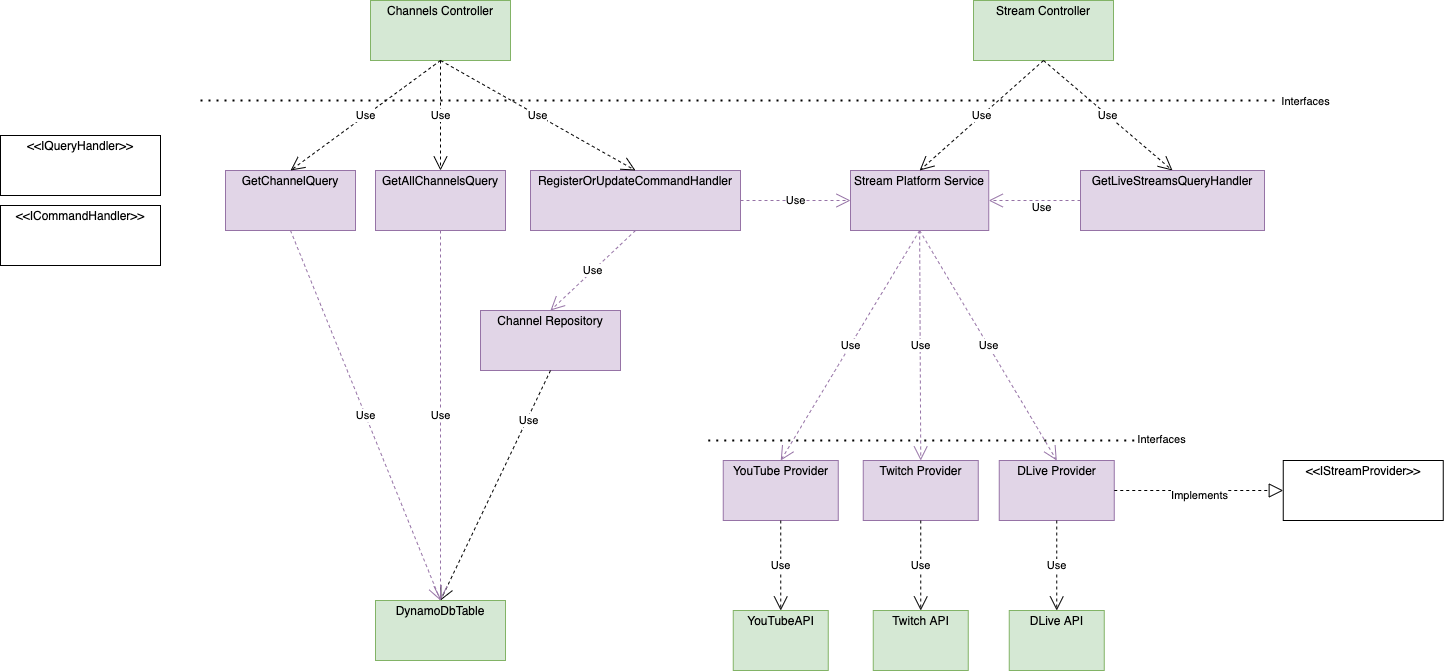
This is documentation/Game-Stream-Service-Class-Diagram.png from kerryconvery/game-stream-search-public, a draw.io export, as it was before one commit. Source tidied: cells renumbered, new cells last; positions are measured from the earlier drawing's top-left corner, leaving out a move shared by most shapes. Source of this version:
```xml
<mxGraphModel>
  <root>
    <mxCell id="0" />
    <mxCell id="1" parent="0" />
    <mxCell id="2" value="&lt;p style=&quot;margin: 0px ; margin-top: 4px ; text-align: center&quot;&gt;Stream Controller&lt;/p&gt;" style="verticalAlign=top;align=left;overflow=fill;fontSize=12;fontFamily=Helvetica;html=1;labelBackgroundColor=none;fillColor=#d5e8d4;strokeColor=#82b366;" parent="1" vertex="1">
      <mxGeometry x="973" width="140" height="60" as="geometry" />
    </mxCell>
    <mxCell id="3" value="&lt;p style=&quot;margin: 0px ; margin-top: 4px ; text-align: center&quot;&gt;YouTube Provider&lt;/p&gt;" style="verticalAlign=top;align=left;overflow=fill;fontSize=12;fontFamily=Helvetica;html=1;fillColor=#e1d5e7;strokeColor=#9673a6;" parent="1" vertex="1">
      <mxGeometry x="722.8" y="460" width="115" height="60" as="geometry" />
    </mxCell>
    <mxCell id="4" value="&lt;p style=&quot;margin: 0px ; margin-top: 4px ; text-align: center&quot;&gt;RegisterOrUpdateCommandHandler&lt;/p&gt;" style="verticalAlign=top;align=left;overflow=fill;fontSize=12;fontFamily=Helvetica;html=1;fillColor=#e1d5e7;strokeColor=#9673a6;" parent="1" vertex="1">
      <mxGeometry x="530" y="170" width="210" height="60" as="geometry" />
    </mxCell>
    <mxCell id="5" value="&lt;p style=&quot;margin: 0px ; margin-top: 4px ; text-align: center&quot;&gt;Channel Repository&lt;/p&gt;" style="verticalAlign=top;align=left;overflow=fill;fontSize=12;fontFamily=Helvetica;html=1;fillColor=#e1d5e7;strokeColor=#9673a6;" parent="1" vertex="1">
      <mxGeometry x="480" y="310" width="140" height="60" as="geometry" />
    </mxCell>
    <mxCell id="6" value="&lt;p style=&quot;margin: 0px ; margin-top: 4px ; text-align: center&quot;&gt;Channels Controller&lt;/p&gt;" style="verticalAlign=top;align=left;overflow=fill;fontSize=12;fontFamily=Helvetica;html=1;labelBackgroundColor=none;fillColor=#d5e8d4;strokeColor=#82b366;" parent="1" vertex="1">
      <mxGeometry x="370" width="140" height="60" as="geometry" />
    </mxCell>
    <mxCell id="7" value="Use" style="endArrow=open;endSize=12;dashed=1;html=1;entryX=0.5;entryY=0;entryDx=0;entryDy=0;exitX=0.5;exitY=1;exitDx=0;exitDy=0;fillColor=#e1d5e7;strokeColor=#9673a6;" parent="1" edge="1" source="4" target="5">
      <mxGeometry relative="1" as="geometry" />
    </mxCell>
    <mxCell id="8" value="Use" style="endArrow=open;endSize=12;dashed=1;html=1;entryX=0.5;entryY=0;entryDx=0;entryDy=0;exitX=0.5;exitY=1;exitDx=0;exitDy=0;" parent="1" edge="1" source="2" target="27">
      <mxGeometry relative="1" as="geometry" />
    </mxCell>
    <mxCell id="9" value="&lt;p style=&quot;margin: 0px ; margin-top: 4px ; text-align: center&quot;&gt;DynamoDbTable&lt;/p&gt;" style="verticalAlign=top;align=left;overflow=fill;fontSize=12;fontFamily=Helvetica;html=1;labelBackgroundColor=none;fillColor=#d5e8d4;strokeColor=#82b366;" parent="1" vertex="1">
      <mxGeometry x="375" y="600" width="130" height="60" as="geometry" />
    </mxCell>
    <mxCell id="10" value="Use" style="endArrow=open;endSize=12;dashed=1;html=1;entryX=0.5;entryY=0;entryDx=0;entryDy=0;exitX=0.5;exitY=1;exitDx=0;exitDy=0;" parent="1" edge="1" source="5" target="9">
      <mxGeometry x="-0.57" y="2" relative="1" as="geometry" />
    </mxCell>
    <mxCell id="11" value="Use" style="endArrow=open;endSize=12;dashed=1;html=1;entryX=0.5;entryY=0;entryDx=0;entryDy=0;exitX=0.5;exitY=1;exitDx=0;exitDy=0;" parent="1" edge="1" source="6" target="4">
      <mxGeometry relative="1" as="geometry" />
    </mxCell>
    <mxCell id="12" value="&lt;p style=&quot;margin: 0px ; margin-top: 4px ; text-align: center&quot;&gt;DLive Provider&lt;/p&gt;" style="verticalAlign=top;align=left;overflow=fill;fontSize=12;fontFamily=Helvetica;html=1;fillColor=#e1d5e7;strokeColor=#9673a6;" parent="1" vertex="1">
      <mxGeometry x="998.8" y="460" width="115" height="60" as="geometry" />
    </mxCell>
    <mxCell id="13" value="&lt;p style=&quot;margin: 0px ; margin-top: 4px ; text-align: center&quot;&gt;Twitch Provider&lt;/p&gt;" style="verticalAlign=top;align=left;overflow=fill;fontSize=12;fontFamily=Helvetica;html=1;fillColor=#e1d5e7;strokeColor=#9673a6;" parent="1" vertex="1">
      <mxGeometry x="862.8" y="460" width="115" height="60" as="geometry" />
    </mxCell>
    <mxCell id="14" value="Use" style="endArrow=open;endSize=12;dashed=1;html=1;entryX=0.5;entryY=0;entryDx=0;entryDy=0;exitX=0.5;exitY=1;exitDx=0;exitDy=0;" parent="1" edge="1" source="12" target="25">
      <mxGeometry relative="1" as="geometry" />
    </mxCell>
    <mxCell id="15" value="Use" style="endArrow=open;endSize=12;dashed=1;html=1;entryX=0;entryY=0.5;entryDx=0;entryDy=0;exitX=1;exitY=0.5;exitDx=0;exitDy=0;fillColor=#e1d5e7;strokeColor=#9673a6;" parent="1" edge="1" source="4" target="18">
      <mxGeometry relative="1" as="geometry" />
    </mxCell>
    <mxCell id="16" value="Use" style="endArrow=open;endSize=12;dashed=1;html=1;exitX=0.5;exitY=1;exitDx=0;exitDy=0;entryX=0.5;entryY=0;entryDx=0;entryDy=0;" parent="1" edge="1" source="13" target="24">
      <mxGeometry relative="1" as="geometry" />
    </mxCell>
    <mxCell id="17" value="Use" style="endArrow=open;endSize=12;dashed=1;html=1;entryX=0.5;entryY=0;entryDx=0;entryDy=0;exitX=0.5;exitY=1;exitDx=0;exitDy=0;" parent="1" edge="1" source="3" target="23">
      <mxGeometry relative="1" as="geometry" />
    </mxCell>
    <mxCell id="18" value="&lt;p style=&quot;margin: 0px ; margin-top: 4px ; text-align: center&quot;&gt;Stream Platform Service&lt;/p&gt;" style="verticalAlign=top;align=left;overflow=fill;fontSize=12;fontFamily=Helvetica;html=1;fillColor=#e1d5e7;strokeColor=#9673a6;" parent="1" vertex="1">
      <mxGeometry x="850" y="170" width="138.2" height="60" as="geometry" />
    </mxCell>
    <mxCell id="19" value="Use" style="endArrow=open;endSize=12;dashed=1;html=1;entryX=1;entryY=0.5;entryDx=0;entryDy=0;exitX=0;exitY=0.5;exitDx=0;exitDy=0;fillColor=#e1d5e7;strokeColor=#9673a6;" parent="1" edge="1" source="27" target="18">
      <mxGeometry x="-0.14" y="7" relative="1" as="geometry" />
    </mxCell>
    <mxCell id="20" value="Use" style="endArrow=open;endSize=12;dashed=1;html=1;entryX=0.5;entryY=0;entryDx=0;entryDy=0;exitX=0.5;exitY=1;exitDx=0;exitDy=0;fillColor=#e1d5e7;strokeColor=#9673a6;" parent="1" edge="1" source="18" target="12">
      <mxGeometry relative="1" as="geometry" />
    </mxCell>
    <mxCell id="21" value="Use" style="endArrow=open;endSize=12;dashed=1;html=1;entryX=0.5;entryY=0;entryDx=0;entryDy=0;exitX=0.5;exitY=1;exitDx=0;exitDy=0;fillColor=#e1d5e7;strokeColor=#9673a6;" parent="1" edge="1" source="18" target="13">
      <mxGeometry relative="1" as="geometry" />
    </mxCell>
    <mxCell id="22" value="Use" style="endArrow=open;endSize=12;dashed=1;html=1;entryX=0.5;entryY=0;entryDx=0;entryDy=0;exitX=0.5;exitY=1;exitDx=0;exitDy=0;fillColor=#e1d5e7;strokeColor=#9673a6;" parent="1" edge="1" source="18" target="3">
      <mxGeometry relative="1" as="geometry" />
    </mxCell>
    <mxCell id="23" value="&lt;p style=&quot;margin: 0px ; margin-top: 4px ; text-align: center&quot;&gt;YouTubeAPI&lt;/p&gt;" style="verticalAlign=top;align=left;overflow=fill;fontSize=12;fontFamily=Helvetica;html=1;labelBackgroundColor=none;fillColor=#d5e8d4;strokeColor=#82b366;" parent="1" vertex="1">
      <mxGeometry x="732.8" y="610" width="95" height="60" as="geometry" />
    </mxCell>
    <mxCell id="24" value="&lt;p style=&quot;margin: 0px ; margin-top: 4px ; text-align: center&quot;&gt;Twitch API&lt;/p&gt;" style="verticalAlign=top;align=left;overflow=fill;fontSize=12;fontFamily=Helvetica;html=1;labelBackgroundColor=none;fillColor=#d5e8d4;strokeColor=#82b366;" parent="1" vertex="1">
      <mxGeometry x="872.8" y="610" width="95" height="60" as="geometry" />
    </mxCell>
    <mxCell id="25" value="&lt;p style=&quot;margin: 0px ; margin-top: 4px ; text-align: center&quot;&gt;DLive API&lt;/p&gt;" style="verticalAlign=top;align=left;overflow=fill;fontSize=12;fontFamily=Helvetica;html=1;labelBackgroundColor=none;fillColor=#d5e8d4;strokeColor=#82b366;" parent="1" vertex="1">
      <mxGeometry x="1008.8" y="610" width="95" height="60" as="geometry" />
    </mxCell>
    <mxCell id="26" value="Use" style="endArrow=open;endSize=12;dashed=1;html=1;exitX=0.5;exitY=1;exitDx=0;exitDy=0;entryX=0.5;entryY=0;entryDx=0;entryDy=0;" parent="1" edge="1" source="6" target="32">
      <mxGeometry relative="1" as="geometry" />
    </mxCell>
    <mxCell id="27" value="&lt;p style=&quot;margin: 0px ; margin-top: 4px ; text-align: center&quot;&gt;GetLiveStreamsQueryHandler&lt;/p&gt;" style="verticalAlign=top;align=left;overflow=fill;fontSize=12;fontFamily=Helvetica;html=1;fillColor=#e1d5e7;strokeColor=#9673a6;" parent="1" vertex="1">
      <mxGeometry x="1080" y="170" width="184" height="60" as="geometry" />
    </mxCell>
    <mxCell id="28" style="endArrow=block;dashed=1;endFill=0;endSize=12;html=1;exitX=1;exitY=0.5;exitDx=0;exitDy=0;entryX=0;entryY=0.5;entryDx=0;entryDy=0;" parent="1" edge="1" source="12" target="30">
      <mxGeometry relative="1" as="geometry" />
    </mxCell>
    <mxCell id="29" value="Implements" style="edgeLabel;html=1;align=center;verticalAlign=middle;" parent="28" vertex="1">
      <mxGeometry x="0.01" y="-4" relative="1" as="geometry" />
    </mxCell>
    <mxCell id="30" value="&lt;p style=&quot;margin: 0px ; margin-top: 4px ; text-align: center&quot;&gt;&amp;lt;&amp;lt;IStreamProvider&amp;gt;&amp;gt;&lt;/p&gt;" style="verticalAlign=top;align=left;overflow=fill;fontSize=12;fontFamily=Helvetica;html=1;labelBackgroundColor=none;" parent="1" vertex="1">
      <mxGeometry x="1282.8" y="460" width="160" height="60" as="geometry" />
    </mxCell>
    <mxCell id="31" value="&lt;p style=&quot;margin: 0px ; margin-top: 4px ; text-align: center&quot;&gt;GetChannelQuery&lt;/p&gt;" style="verticalAlign=top;align=left;overflow=fill;fontSize=12;fontFamily=Helvetica;html=1;fillColor=#e1d5e7;strokeColor=#9673a6;" parent="1" vertex="1">
      <mxGeometry x="225" y="170" width="130" height="60" as="geometry" />
    </mxCell>
    <mxCell id="32" value="&lt;p style=&quot;margin: 0px ; margin-top: 4px ; text-align: center&quot;&gt;GetAllChannelsQuery&lt;/p&gt;" style="verticalAlign=top;align=left;overflow=fill;fontSize=12;fontFamily=Helvetica;html=1;fillColor=#e1d5e7;strokeColor=#9673a6;" parent="1" vertex="1">
      <mxGeometry x="375" y="170" width="130" height="60" as="geometry" />
    </mxCell>
    <mxCell id="33" value="Use" style="endArrow=open;endSize=12;dashed=1;html=1;exitX=0.5;exitY=1;exitDx=0;exitDy=0;entryX=0.5;entryY=0;entryDx=0;entryDy=0;" parent="1" edge="1" source="6" target="31">
      <mxGeometry relative="1" as="geometry" />
    </mxCell>
    <mxCell id="34" value="Use" style="endArrow=open;endSize=12;dashed=1;html=1;exitX=0.5;exitY=1;exitDx=0;exitDy=0;fillColor=#e1d5e7;strokeColor=#9673a6;entryX=0.5;entryY=0;entryDx=0;entryDy=0;" parent="1" edge="1" source="32" target="9">
      <mxGeometry relative="1" as="geometry" />
    </mxCell>
    <mxCell id="35" value="Use" style="endArrow=open;endSize=12;dashed=1;html=1;exitX=0.5;exitY=1;exitDx=0;exitDy=0;fillColor=#e1d5e7;strokeColor=#9673a6;entryX=0.5;entryY=0;entryDx=0;entryDy=0;" parent="1" edge="1" source="31" target="9">
      <mxGeometry relative="1" as="geometry" />
    </mxCell>
    <mxCell id="36" value="&lt;p style=&quot;margin: 0px ; margin-top: 4px ; text-align: center&quot;&gt;&amp;lt;&amp;lt;IQueryHandler&amp;gt;&amp;gt;&lt;/p&gt;" style="verticalAlign=top;align=left;overflow=fill;fontSize=12;fontFamily=Helvetica;html=1;labelBackgroundColor=none;" parent="1" vertex="1">
      <mxGeometry y="135" width="160" height="60" as="geometry" />
    </mxCell>
    <mxCell id="37" value="&lt;p style=&quot;margin: 0px ; margin-top: 4px ; text-align: center&quot;&gt;&amp;lt;&amp;lt;ICommandHandler&amp;gt;&amp;gt;&lt;/p&gt;" style="verticalAlign=top;align=left;overflow=fill;fontSize=12;fontFamily=Helvetica;html=1;labelBackgroundColor=none;" parent="1" vertex="1">
      <mxGeometry y="205" width="160" height="60" as="geometry" />
    </mxCell>
    <mxCell id="38" style="endArrow=none;dashed=1;html=1;dashPattern=1 3;strokeWidth=2;" parent="1" edge="1">
      <mxGeometry relative="1" as="geometry">
        <mxPoint x="707.8" y="440" as="sourcePoint" />
        <mxPoint x="1137.8" y="440" as="targetPoint" />
      </mxGeometry>
    </mxCell>
    <mxCell id="39" value="Interfaces" style="edgeLabel;html=1;align=center;verticalAlign=middle;" parent="38" vertex="1">
      <mxGeometry x="0.91" relative="1" as="geometry">
        <mxPoint x="42.2" y="-2" as="offset" />
      </mxGeometry>
    </mxCell>
    <mxCell id="40" style="endArrow=none;dashed=1;html=1;dashPattern=1 3;strokeWidth=2;" parent="1" edge="1">
      <mxGeometry relative="1" as="geometry">
        <mxPoint x="200" y="100" as="sourcePoint" />
        <mxPoint x="1280" y="100" as="targetPoint" />
      </mxGeometry>
    </mxCell>
    <mxCell id="41" value="Interfaces" style="edgeLabel;html=1;align=center;verticalAlign=middle;" parent="40" vertex="1">
      <mxGeometry x="0.98" y="4" relative="1" as="geometry">
        <mxPoint x="34" y="4" as="offset" />
      </mxGeometry>
    </mxCell>
    <mxCell id="42" value="Use" style="endArrow=open;endSize=12;dashed=1;html=1;entryX=0.5;entryY=0;entryDx=0;entryDy=0;exitX=0.5;exitY=1;exitDx=0;exitDy=0;" parent="1" edge="1" source="2" target="18">
      <mxGeometry relative="1" as="geometry" />
    </mxCell>
  </root>
</mxGraphModel>
```
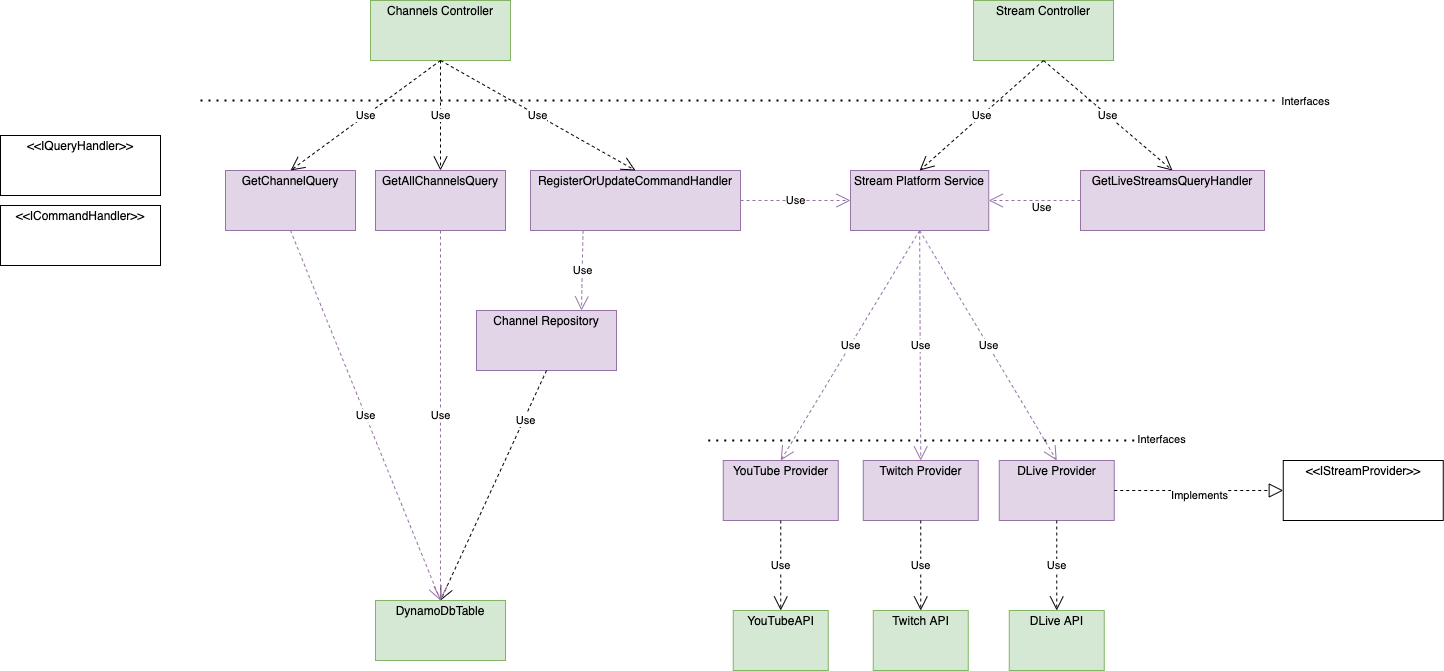
The same file after the commit.

Commit message:
diagram minor tidyup

What changed in the source:
```diff
@@ -12,12 +12,12 @@
       <mxGeometry x="530" y="170" width="210" height="60" as="geometry" />
     </mxCell>
     <mxCell id="5" value="&lt;p style=&quot;margin: 0px ; margin-top: 4px ; text-align: center&quot;&gt;Channel Repository&lt;/p&gt;" style="verticalAlign=top;align=left;overflow=fill;fontSize=12;fontFamily=Helvetica;html=1;fillColor=#e1d5e7;strokeColor=#9673a6;" parent="1" vertex="1">
-      <mxGeometry x="480" y="310" width="140" height="60" as="geometry" />
+      <mxGeometry x="476" y="310" width="140" height="60" as="geometry" />
     </mxCell>
     <mxCell id="6" value="&lt;p style=&quot;margin: 0px ; margin-top: 4px ; text-align: center&quot;&gt;Channels Controller&lt;/p&gt;" style="verticalAlign=top;align=left;overflow=fill;fontSize=12;fontFamily=Helvetica;html=1;labelBackgroundColor=none;fillColor=#d5e8d4;strokeColor=#82b366;" parent="1" vertex="1">
       <mxGeometry x="370" width="140" height="60" as="geometry" />
     </mxCell>
-    <mxCell id="7" value="Use" style="endArrow=open;endSize=12;dashed=1;html=1;entryX=0.5;entryY=0;entryDx=0;entryDy=0;exitX=0.5;exitY=1;exitDx=0;exitDy=0;fillColor=#e1d5e7;strokeColor=#9673a6;" parent="1" edge="1" source="4" target="5">
+    <mxCell id="7" value="Use" style="endArrow=open;endSize=12;dashed=1;html=1;entryX=0.75;entryY=0;entryDx=0;entryDy=0;exitX=0.25;exitY=1;exitDx=0;exitDy=0;fillColor=#e1d5e7;strokeColor=#9673a6;" parent="1" edge="1" source="4" target="5">
       <mxGeometry relative="1" as="geometry" />
     </mxCell>
     <mxCell id="8" value="Use" style="endArrow=open;endSize=12;dashed=1;html=1;entryX=0.5;entryY=0;entryDx=0;entryDy=0;exitX=0.5;exitY=1;exitDx=0;exitDy=0;" parent="1" edge="1" source="2" target="27">
```
